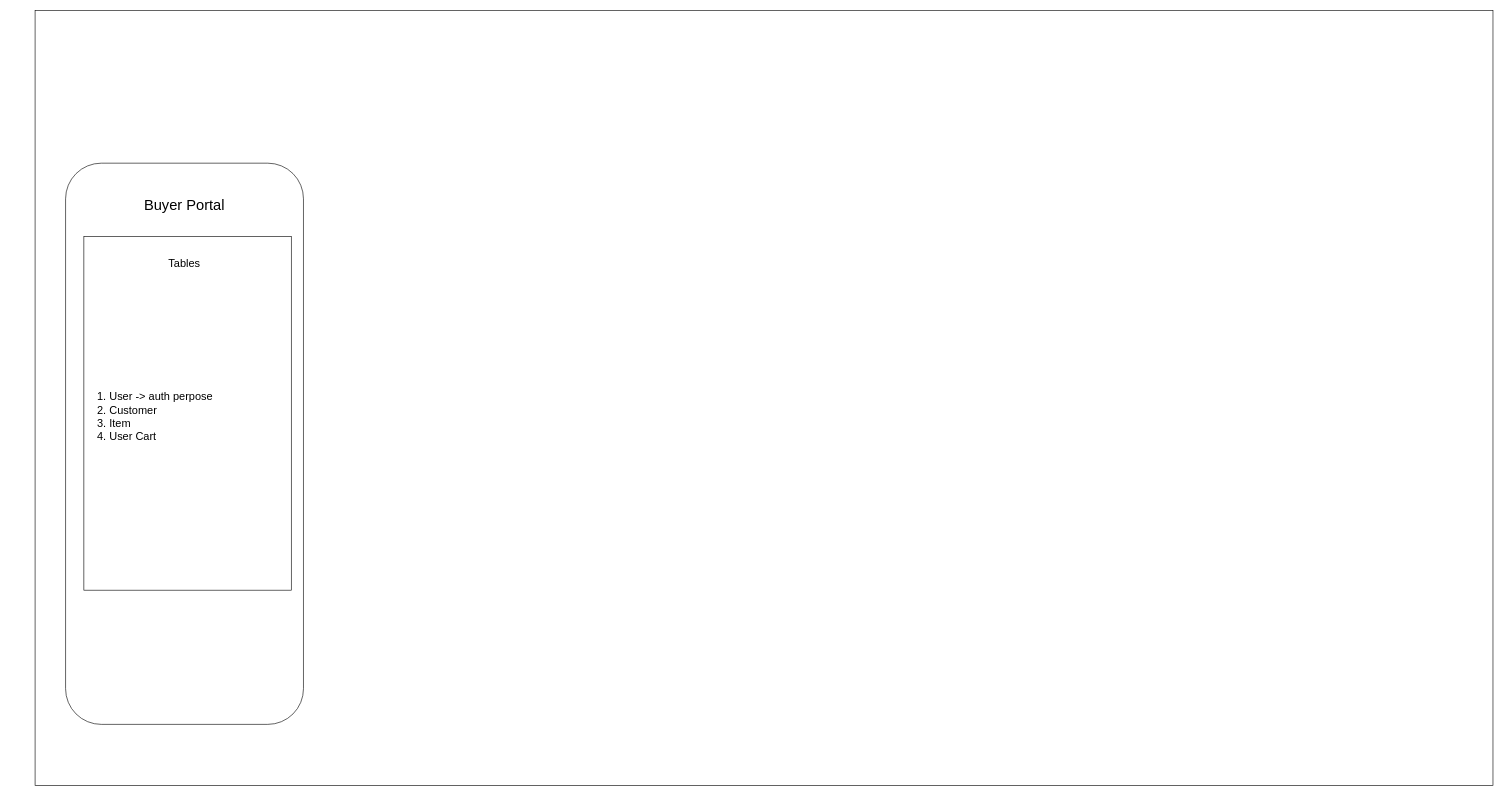
Earlier version of the draw.io diagram Ecommerce-website.drawio (venkatasidhartha/draw.io). Source tidied: cells renumbered, new cells numbered last; positions are measured from the earlier drawing's top-left corner, leaving out a move shared by most shapes. Both pictures are drawn from the tidied source at 61%, with x=0, y=0 at pixel (35, 10).
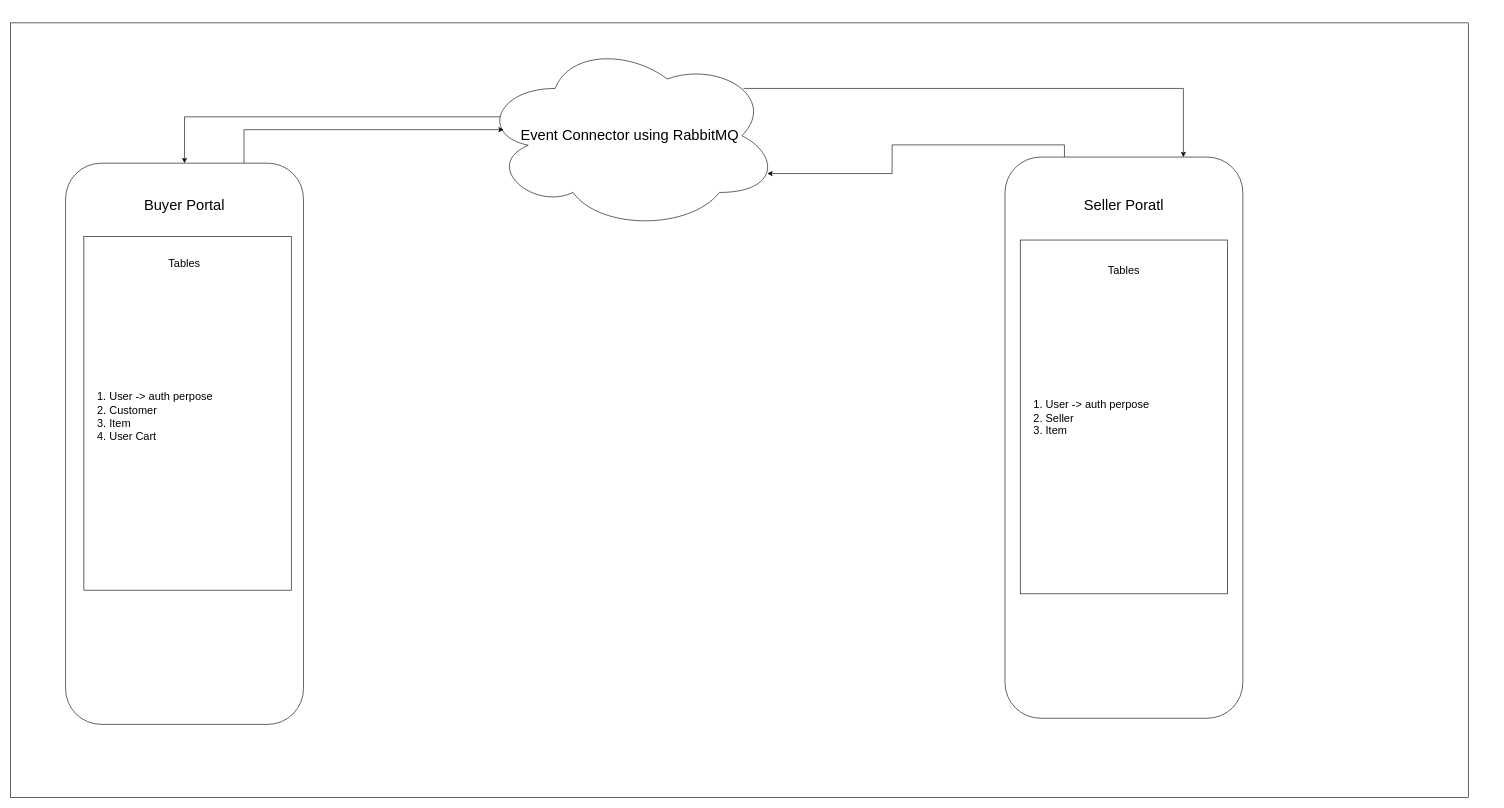
The same diagram, later.

Change to the diagram source:
```diff
@@
 <mxGraphModel>
   <root>
     <mxCell id="0" />
     <mxCell id="1" parent="0" />
     <mxCell id="2" style="rounded=0;whiteSpace=wrap;html=1;" parent="1" vertex="1">
-      <mxGeometry width="2390" height="1270" as="geometry" />
+      <mxGeometry x="-40" y="20" width="2390" height="1270" as="geometry" />
     </mxCell>
     <mxCell id="3" style="rounded=1;whiteSpace=wrap;html=1;direction=south;" parent="1" vertex="1">
       <mxGeometry x="50" y="250" width="390" height="920" as="geometry" />
     </mxCell>
     <mxCell id="4" style="rounded=0;whiteSpace=wrap;html=1;" parent="1" vertex="1">
       <mxGeometry x="80" y="370" width="340" height="580" as="geometry" />
     </mxCell>
     <mxCell id="5" value="&lt;font style=&quot;font-size: 18px;&quot;&gt;Tables&lt;/font&gt;" style="text;html=1;align=center;verticalAlign=middle;whiteSpace=wrap;rounded=0;" parent="1" vertex="1">
       <mxGeometry x="100" y="390" width="290" height="50" as="geometry" />
     </mxCell>
     <mxCell id="6" value="&lt;font style=&quot;font-size: 24px;&quot;&gt;Buyer Portal&lt;/font&gt;" style="text;html=1;align=center;verticalAlign=middle;whiteSpace=wrap;rounded=0;" parent="1" vertex="1">
       <mxGeometry x="90" y="290" width="310" height="60" as="geometry" />
     </mxCell>
     <mxCell id="7" value="&lt;div style=&quot;text-align: justify;&quot;&gt;&lt;span style=&quot;background-color: initial;&quot;&gt;&lt;font style=&quot;font-size: 18px;&quot;&gt;1. User -&amp;gt; auth perpose&lt;/font&gt;&lt;/span&gt;&lt;/div&gt;&lt;div style=&quot;text-align: justify;&quot;&gt;&lt;span style=&quot;background-color: initial;&quot;&gt;&lt;font style=&quot;font-size: 18px;&quot;&gt;2.&amp;nbsp;&lt;/font&gt;&lt;/span&gt;&lt;span style=&quot;font-size: 18px; background-color: initial;&quot;&gt;Customer&lt;/span&gt;&lt;/div&gt;&lt;div style=&quot;text-align: justify;&quot;&gt;&lt;span style=&quot;background-color: initial;&quot;&gt;&lt;font style=&quot;font-size: 18px;&quot;&gt;3. Item&lt;/font&gt;&lt;/span&gt;&lt;/div&gt;&lt;div style=&quot;text-align: justify;&quot;&gt;&lt;span style=&quot;background-color: initial;&quot;&gt;&lt;font style=&quot;font-size: 18px;&quot;&gt;4. User Cart&lt;/font&gt;&lt;/span&gt;&lt;/div&gt;" style="text;html=1;align=left;verticalAlign=middle;whiteSpace=wrap;rounded=0;" parent="1" vertex="1">
       <mxGeometry x="100" y="451" width="300" height="430" as="geometry" />
     </mxCell>
+    <mxCell id="8" style="edgeStyle=orthogonalEdgeStyle;rounded=0;jettySize=auto;html=1;exitX=0.07;exitY=0.4;exitDx=0;exitDy=0;exitPerimeter=0;entryX=0;entryY=0.5;entryDx=0;entryDy=0;" parent="1" edge="1" source="10" target="3">
+      <mxGeometry relative="1" as="geometry" />
+    </mxCell>
+    <mxCell id="9" style="edgeStyle=orthogonalEdgeStyle;rounded=0;jettySize=auto;html=1;exitX=0.88;exitY=0.25;exitDx=0;exitDy=0;exitPerimeter=0;entryX=0;entryY=0.25;entryDx=0;entryDy=0;" parent="1" edge="1" source="10" target="12">
+      <mxGeometry relative="1" as="geometry" />
+    </mxCell>
+    <mxCell id="10" value="&lt;font style=&quot;font-size: 24px;&quot;&gt;Event Connector using RabbitMQ&lt;/font&gt;" style="ellipse;shape=cloud;whiteSpace=wrap;html=1;" parent="1" vertex="1">
+      <mxGeometry x="730" y="50" width="490" height="310" as="geometry" />
+    </mxCell>
+    <mxCell id="11" style="edgeStyle=orthogonalEdgeStyle;rounded=0;jettySize=auto;html=1;exitX=0;exitY=0.25;exitDx=0;exitDy=0;entryX=0.078;entryY=0.468;entryDx=0;entryDy=0;entryPerimeter=0;" parent="1" edge="1" source="3" target="10">
+      <mxGeometry relative="1" as="geometry" />
+    </mxCell>
+    <mxCell id="12" style="rounded=1;whiteSpace=wrap;html=1;direction=south;" parent="1" vertex="1">
+      <mxGeometry x="1590" y="240" width="390" height="920" as="geometry" />
+    </mxCell>
+    <mxCell id="13" value="&lt;font style=&quot;font-size: 24px;&quot;&gt;Seller Poratl&lt;/font&gt;" style="text;html=1;align=center;verticalAlign=middle;whiteSpace=wrap;rounded=0;" parent="1" vertex="1">
+      <mxGeometry x="1670" y="290" width="230" height="60" as="geometry" />
+    </mxCell>
+    <mxCell id="14" style="rounded=0;whiteSpace=wrap;html=1;" parent="1" vertex="1">
+      <mxGeometry x="1615" y="376" width="340" height="580" as="geometry" />
+    </mxCell>
+    <mxCell id="15" value="&lt;font style=&quot;font-size: 18px;&quot;&gt;Tables&lt;/font&gt;" style="text;html=1;align=center;verticalAlign=middle;whiteSpace=wrap;rounded=0;" parent="1" vertex="1">
+      <mxGeometry x="1640" y="401" width="290" height="50" as="geometry" />
+    </mxCell>
+    <mxCell id="16" value="&lt;div style=&quot;text-align: justify;&quot;&gt;&lt;span style=&quot;background-color: initial;&quot;&gt;&lt;font style=&quot;font-size: 18px;&quot;&gt;1. User -&amp;gt; auth perpose&lt;/font&gt;&lt;/span&gt;&lt;/div&gt;&lt;div style=&quot;text-align: justify;&quot;&gt;&lt;span style=&quot;background-color: initial;&quot;&gt;&lt;font style=&quot;font-size: 18px;&quot;&gt;2.&amp;nbsp;&lt;/font&gt;&lt;/span&gt;&lt;span style=&quot;font-size: 18px; background-color: initial;&quot;&gt;Seller&lt;/span&gt;&lt;/div&gt;&lt;div style=&quot;text-align: justify;&quot;&gt;&lt;span style=&quot;background-color: initial;&quot;&gt;&lt;font style=&quot;font-size: 18px;&quot;&gt;3. Item&lt;/font&gt;&lt;/span&gt;&lt;/div&gt;&lt;div style=&quot;text-align: justify;&quot;&gt;&lt;br&gt;&lt;/div&gt;" style="text;html=1;align=left;verticalAlign=middle;whiteSpace=wrap;rounded=0;" parent="1" vertex="1">
+      <mxGeometry x="1635" y="460" width="300" height="430" as="geometry" />
+    </mxCell>
+    <mxCell id="17" style="edgeStyle=orthogonalEdgeStyle;rounded=0;jettySize=auto;html=1;exitX=0;exitY=0.75;exitDx=0;exitDy=0;entryX=0.96;entryY=0.7;entryDx=0;entryDy=0;entryPerimeter=0;" parent="1" edge="1" source="12" target="10">
+      <mxGeometry relative="1" as="geometry" />
+    </mxCell>
   </root>
 </mxGraphModel>
```
